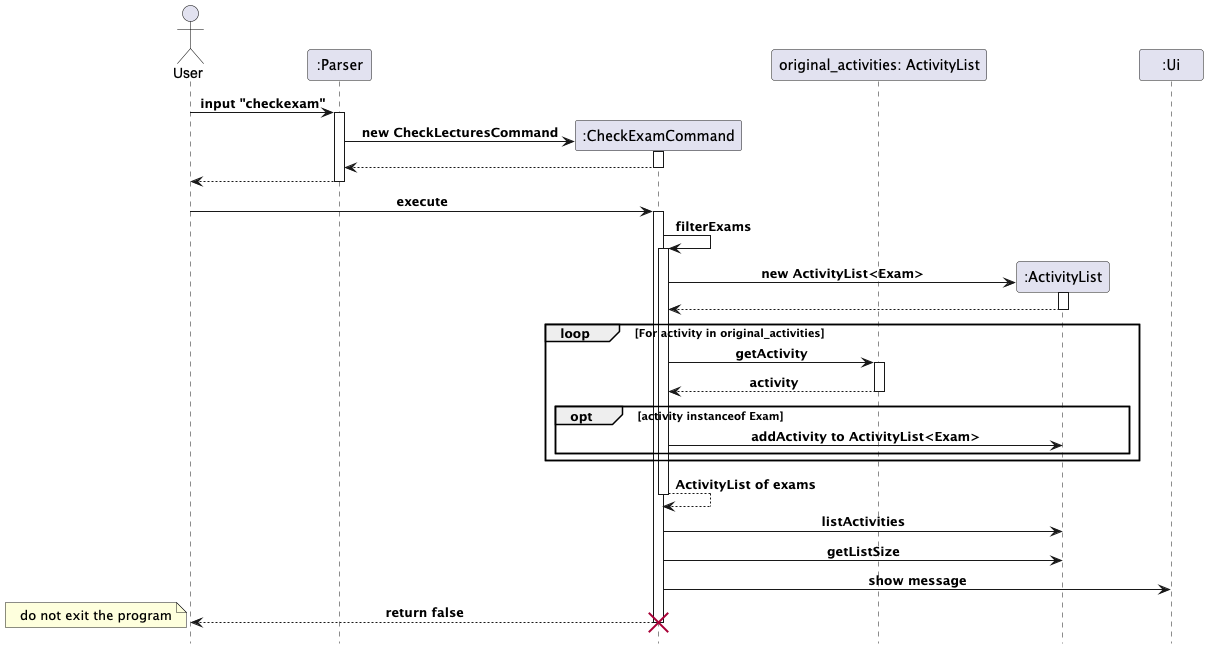
The PlantUML diagram docs/images/checkExam_sequence.png in Kennahh/tp, before a commit.
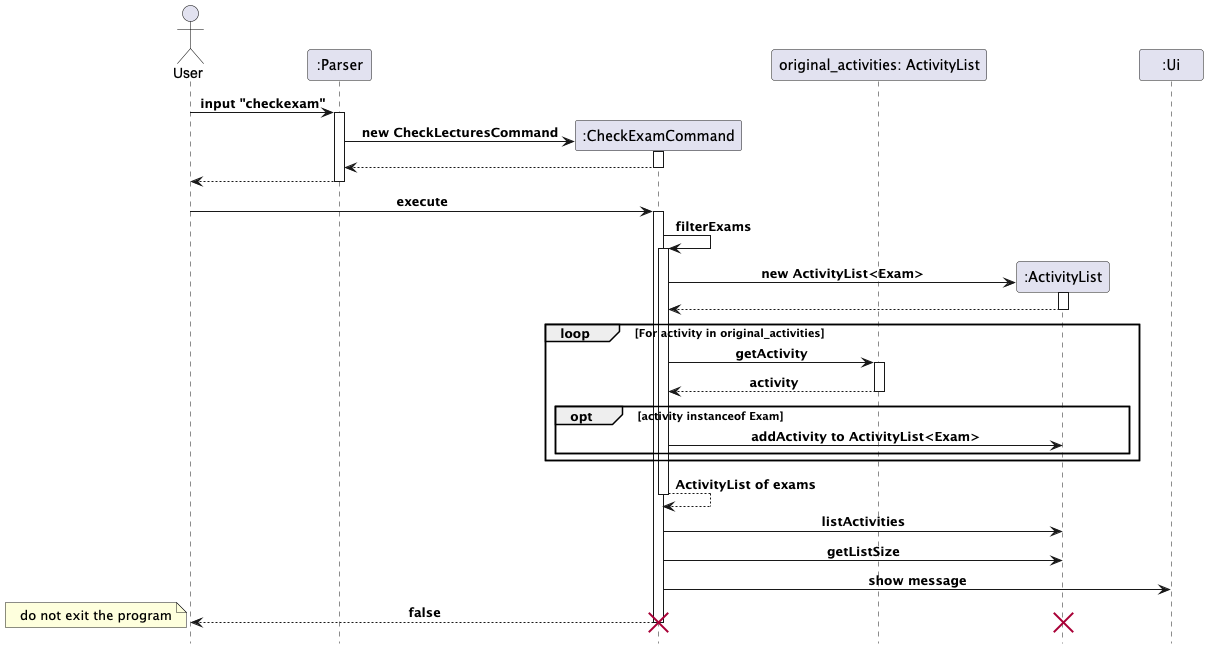
Later version of the same file.

Change to the diagram source:
```diff
@@ -41,7 +41,8 @@
 CheckExamCommand -> ActivityList: listActivities
 CheckExamCommand -> ActivityList: getListSize
 CheckExamCommand -> Ui: show message
-CheckExamCommand --> User: return false
+CheckExamCommand --> User:  false
+destroy ActivityList
 destroy CheckExamCommand
 note left: do not exit the program
 deactivate CheckExamCommand
```
